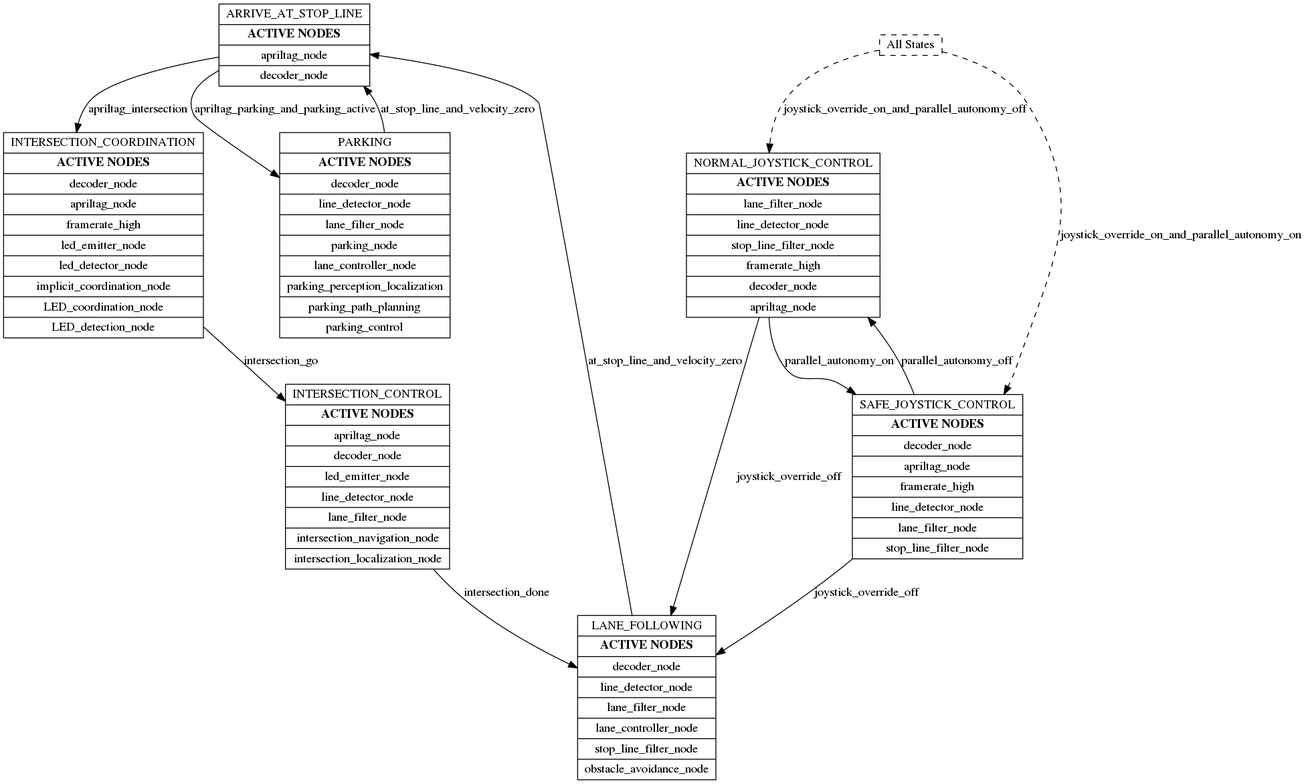
The Graphviz diagram catkin_ws/src/00-infrastructure/ros_diagram/fsm_default_detailed.png in spadma3/duck, before a commit. Its source is kept beside it as catkin_ws/src/00-infrastructure/ros_diagram/fsm_default_detailed.dot.
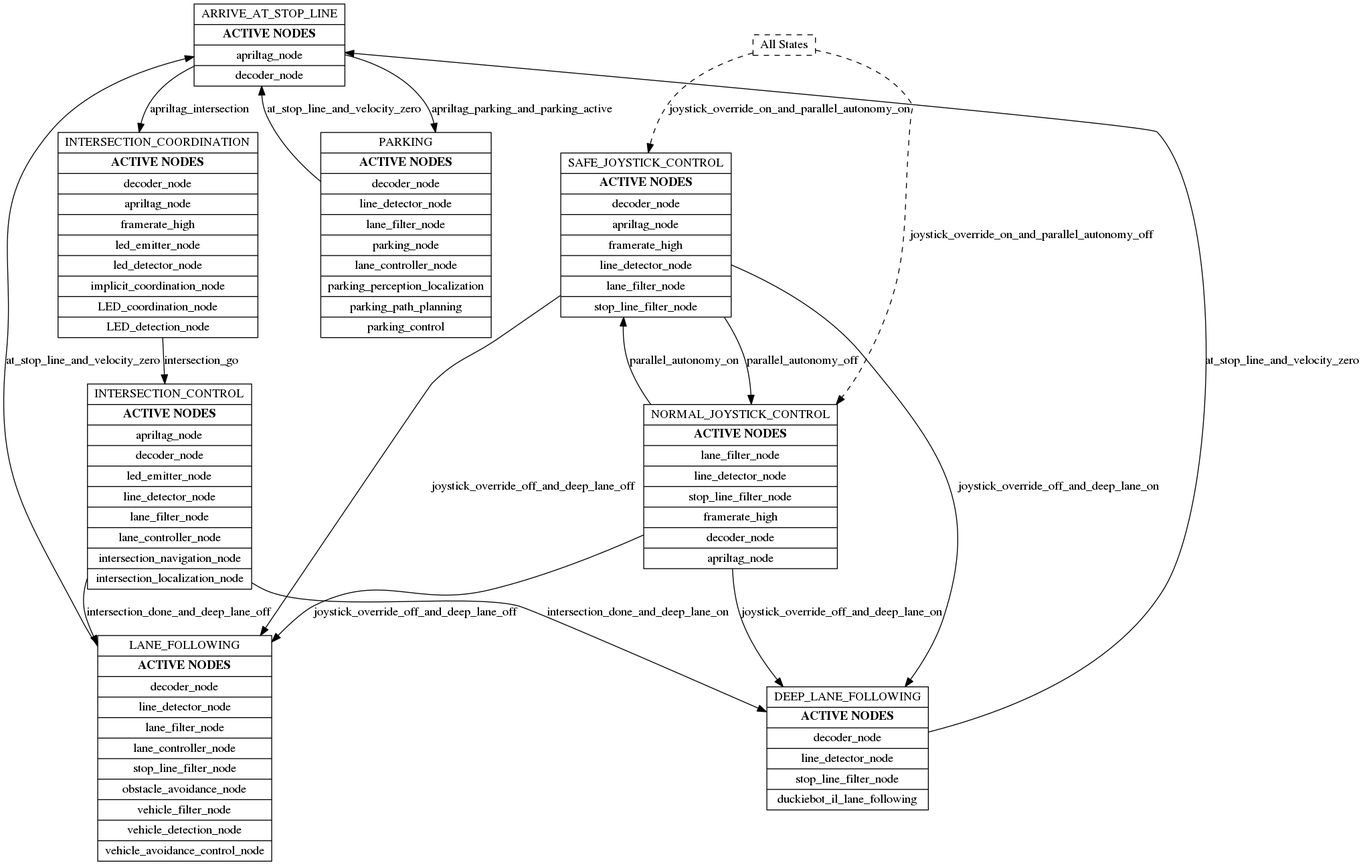
After the commit.

Commit message:
Added deep learning lane following config for FSM, also car_cmd to dagu_car

Change to the diagram source:
```diff
@@ -1,22 +1,27 @@
 digraph {
 	node [height=.1 shape=record]
 	ARRIVE_AT_STOP_LINE [label=<{ ARRIVE_AT_STOP_LINE | <B> ACTIVE NODES </B> | apriltag_node | decoder_node }> color=black fontcolor=black]
-	INTERSECTION_CONTROL [label=<{ INTERSECTION_CONTROL | <B> ACTIVE NODES </B> | apriltag_node | decoder_node | led_emitter_node | line_detector_node | lane_filter_node | intersection_navigation_node | intersection_localization_node }> color=black fontcolor=black]
+	INTERSECTION_CONTROL [label=<{ INTERSECTION_CONTROL | <B> ACTIVE NODES </B> | apriltag_node | decoder_node | led_emitter_node | line_detector_node | lane_filter_node | lane_controller_node | intersection_navigation_node | intersection_localization_node }> color=black fontcolor=black]
 	INTERSECTION_COORDINATION [label=<{ INTERSECTION_COORDINATION | <B> ACTIVE NODES </B> | decoder_node | apriltag_node | framerate_high | led_emitter_node | led_detector_node | implicit_coordination_node | LED_coordination_node | LED_detection_node }> color=black fontcolor=black]
+	DEEP_LANE_FOLLOWING [label=<{ DEEP_LANE_FOLLOWING | <B> ACTIVE NODES </B> | decoder_node | line_detector_node | stop_line_filter_node | duckiebot_il_lane_following }>]
+	PARKING [label=<{ PARKING | <B> ACTIVE NODES </B> | decoder_node | line_detector_node | lane_filter_node | parking_node | lane_controller_node | parking_perception_localization | parking_path_planning | parking_control }> color=black fontcolor=black]
+	SAFE_JOYSTICK_CONTROL [label=<{ SAFE_JOYSTICK_CONTROL | <B> ACTIVE NODES </B> | decoder_node | apriltag_node | framerate_high | line_detector_node | lane_filter_node | stop_line_filter_node }> color=black fontcolor=black]
 	NORMAL_JOYSTICK_CONTROL [label=<{ NORMAL_JOYSTICK_CONTROL | <B> ACTIVE NODES </B> | lane_filter_node | line_detector_node | stop_line_filter_node | framerate_high | decoder_node | apriltag_node }> color=black fontcolor=black]
-	PARKING [label=<{ PARKING | <B> ACTIVE NODES </B> | decoder_node | line_detector_node | lane_filter_node | parking_node | lane_controller_node | parking_perception_localization | parking_path_planning | parking_control }> color=black fontcolor=black]
-	LANE_FOLLOWING [label=<{ LANE_FOLLOWING | <B> ACTIVE NODES </B> | decoder_node | line_detector_node | lane_filter_node | lane_controller_node | stop_line_filter_node | obstacle_avoidance_node }> color=black fontcolor=black]
-	SAFE_JOYSTICK_CONTROL [label=<{ SAFE_JOYSTICK_CONTROL | <B> ACTIVE NODES </B> | decoder_node | apriltag_node | framerate_high | line_detector_node | lane_filter_node | stop_line_filter_node }> color=black fontcolor=black]
+	LANE_FOLLOWING [label=<{ LANE_FOLLOWING | <B> ACTIVE NODES </B> | decoder_node | line_detector_node | lane_filter_node | lane_controller_node | stop_line_filter_node | obstacle_avoidance_node | vehicle_filter_node | vehicle_detection_node | vehicle_avoidance_control_node }> color=black fontcolor=black]
 	ARRIVE_AT_STOP_LINE -> PARKING [label=apriltag_parking_and_parking_active color=black fontcolor=black]
 	ARRIVE_AT_STOP_LINE -> INTERSECTION_COORDINATION [label=apriltag_intersection color=black fontcolor=black]
-	INTERSECTION_CONTROL -> LANE_FOLLOWING [label=intersection_done color=black fontcolor=black]
+	INTERSECTION_CONTROL -> DEEP_LANE_FOLLOWING [label=intersection_done_and_deep_lane_on color=black fontcolor=black]
+	INTERSECTION_CONTROL -> LANE_FOLLOWING [label=intersection_done_and_deep_lane_off color=black fontcolor=black]
 	INTERSECTION_COORDINATION -> INTERSECTION_CONTROL [label=intersection_go color=black fontcolor=black]
-	NORMAL_JOYSTICK_CONTROL -> LANE_FOLLOWING [label=joystick_override_off color=black fontcolor=black]
+	DEEP_LANE_FOLLOWING -> ARRIVE_AT_STOP_LINE [label=at_stop_line_and_velocity_zero color=black fontcolor=black]
+	PARKING -> ARRIVE_AT_STOP_LINE [label=at_stop_line_and_velocity_zero color=black fontcolor=black]
+	SAFE_JOYSTICK_CONTROL -> DEEP_LANE_FOLLOWING [label=joystick_override_off_and_deep_lane_on color=black fontcolor=black]
+	SAFE_JOYSTICK_CONTROL -> NORMAL_JOYSTICK_CONTROL [label=parallel_autonomy_off color=black fontcolor=black]
+	SAFE_JOYSTICK_CONTROL -> LANE_FOLLOWING [label=joystick_override_off_and_deep_lane_off color=black fontcolor=black]
+	NORMAL_JOYSTICK_CONTROL -> DEEP_LANE_FOLLOWING [label=joystick_override_off_and_deep_lane_on color=black fontcolor=black]
+	NORMAL_JOYSTICK_CONTROL -> LANE_FOLLOWING [label=joystick_override_off_and_deep_lane_off color=black fontcolor=black]
 	NORMAL_JOYSTICK_CONTROL -> SAFE_JOYSTICK_CONTROL [label=parallel_autonomy_on color=black fontcolor=black]
-	PARKING -> ARRIVE_AT_STOP_LINE [label=at_stop_line_and_velocity_zero color=black fontcolor=black]
 	LANE_FOLLOWING -> ARRIVE_AT_STOP_LINE [label=at_stop_line_and_velocity_zero color=black fontcolor=black]
-	SAFE_JOYSTICK_CONTROL -> NORMAL_JOYSTICK_CONTROL [label=parallel_autonomy_off color=black fontcolor=black]
-	SAFE_JOYSTICK_CONTROL -> LANE_FOLLOWING [label=joystick_override_off color=black fontcolor=black]
 	ALL_STATES [label="All States" style=dashed]
 	ALL_STATES -> NORMAL_JOYSTICK_CONTROL [label=joystick_override_on_and_parallel_autonomy_off concentrate=false style=dashed]
 	ALL_STATES -> SAFE_JOYSTICK_CONTROL [label=joystick_override_on_and_parallel_autonomy_on concentrate=false style=dashed]
```
